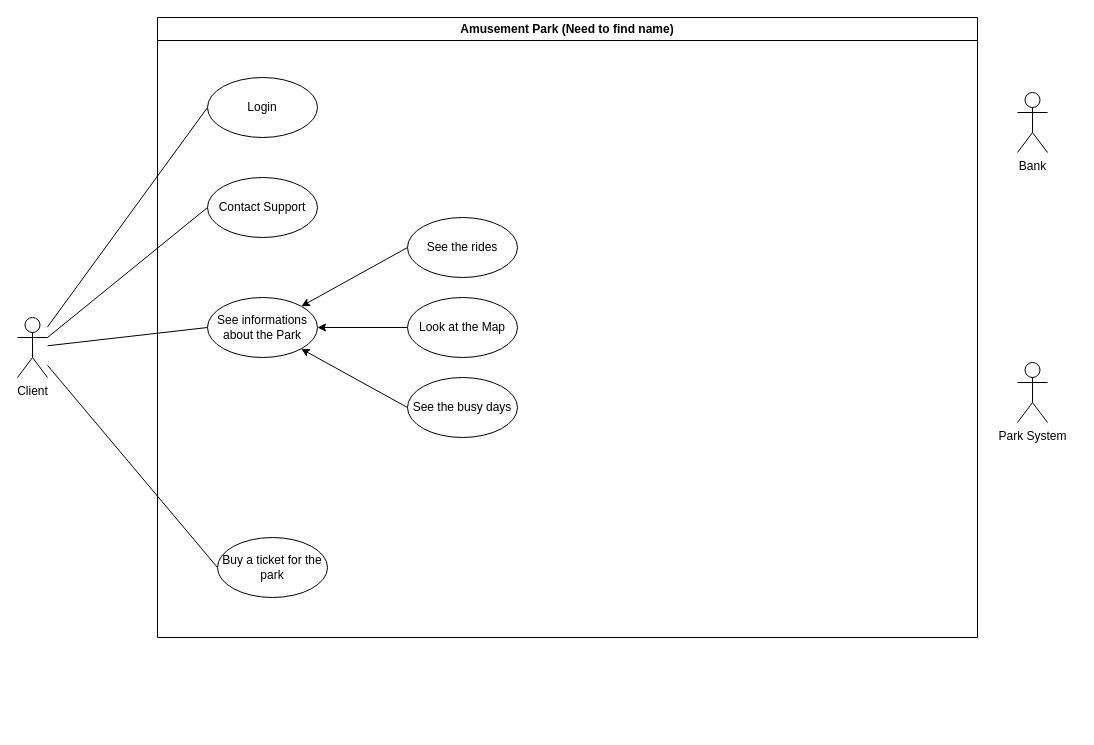
Above: ParkUML.drawio in Tristan-gitt/ParkManagement (draw.io), before the change. Source tidied: cells renumbered, new cells numbered last; positions are measured from the earlier drawing's top-left corner, leaving out a move shared by most shapes. Both pictures are drawn from the tidied source at 100%, with x=0, y=0 at pixel (17, 17).
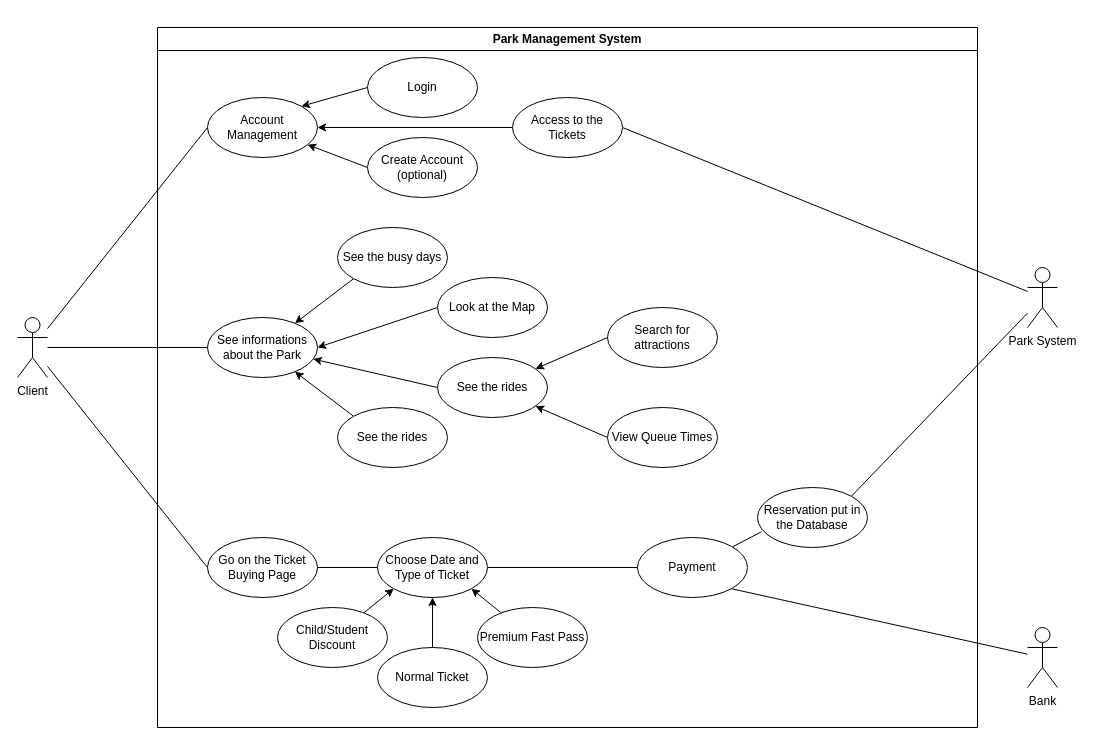
Above is the later version.

Unchanged cells that the change refers to:
```xml
<mxCell id="3" value="Client" style="shape=umlActor;verticalLabelPosition=bottom;verticalAlign=top;html=1;outlineConnect=0;" parent="1" vertex="1">
  <mxGeometry y="300" width="30" height="60" as="geometry" />
</mxCell>
```

Change to the diagram source:
```diff
@@
+    <mxCell id="20" style="rounded=0;jettySize=auto;html=1;entryX=1;entryY=1;entryDx=0;entryDy=0;endArrow=none;endFill=0;" parent="1" edge="1" source="4" target="44">
+      <mxGeometry relative="1" as="geometry" />
+    </mxCell>
     <mxCell id="4" value="Bank" style="shape=umlActor;verticalLabelPosition=bottom;verticalAlign=top;html=1;outlineConnect=0;" parent="1" vertex="1">
-      <mxGeometry x="1000" y="75" width="30" height="60" as="geometry" />
+      <mxGeometry x="1010" y="610" width="30" height="60" as="geometry" />
     </mxCell>
-    <mxCell id="5" value="Amusement Park (Need to find name)" style="swimlane;whiteSpace=wrap;html=1;" parent="1" vertex="1">
-      <mxGeometry x="140" width="820" height="620" as="geometry" />
+    <mxCell id="5" value="Park Management System" style="swimlane;whiteSpace=wrap;html=1;" parent="1" vertex="1">
+      <mxGeometry x="140" y="10" width="820" height="700" as="geometry" />
     </mxCell>
+    <mxCell id="21" style="rounded=0;jettySize=auto;html=1;exitX=1;exitY=0;exitDx=0;exitDy=0;entryX=0;entryY=0.5;entryDx=0;entryDy=0;endArrow=none;endFill=0;startArrow=classic;startFill=1;" parent="5" edge="1" source="6" target="30">
+      <mxGeometry relative="1" as="geometry" />
+    </mxCell>
+    <mxCell id="22" style="rounded=0;jettySize=auto;html=1;entryX=0;entryY=0.5;entryDx=0;entryDy=0;endArrow=none;endFill=0;startArrow=classic;startFill=1;" parent="5" edge="1" source="6" target="31">
+      <mxGeometry relative="1" as="geometry" />
+    </mxCell>
-    <mxCell id="6" value="Login" style="ellipse;whiteSpace=wrap;html=1;" parent="5" vertex="1">
-      <mxGeometry x="50" y="60" width="110" height="60" as="geometry" />
+    <mxCell id="6" value="Account Management" style="ellipse;whiteSpace=wrap;html=1;" parent="5" vertex="1">
+      <mxGeometry x="50" y="70" width="110" height="60" as="geometry" />
     </mxCell>
-    <mxCell id="7" value="Contact Support" style="ellipse;whiteSpace=wrap;html=1;" parent="5" vertex="1">
-      <mxGeometry x="50" y="160" width="110" height="60" as="geometry" />
-    </mxCell>
+    <mxCell id="23" style="rounded=0;jettySize=auto;html=1;entryX=0;entryY=1;entryDx=0;entryDy=0;endArrow=none;endFill=0;startArrow=classic;startFill=1;" parent="5" edge="1" source="8" target="11">
+      <mxGeometry relative="1" as="geometry" />
+    </mxCell>
+    <mxCell id="24" style="rounded=0;jettySize=auto;html=1;exitX=1;exitY=0.5;exitDx=0;exitDy=0;entryX=0;entryY=0.5;entryDx=0;entryDy=0;endArrow=none;endFill=0;startArrow=classic;startFill=1;" parent="5" edge="1" source="8" target="10">
+      <mxGeometry relative="1" as="geometry" />
+    </mxCell>
+    <mxCell id="25" style="rounded=0;jettySize=auto;html=1;entryX=0;entryY=0;entryDx=0;entryDy=0;endArrow=none;endFill=0;startArrow=classic;startFill=1;" parent="5" edge="1" source="8" target="34">
+      <mxGeometry relative="1" as="geometry" />
+    </mxCell>
+    <mxCell id="26" style="rounded=0;jettySize=auto;html=1;entryX=0;entryY=0.5;entryDx=0;entryDy=0;endArrow=none;endFill=0;startArrow=classic;startFill=1;" parent="5" edge="1" source="8" target="9">
+      <mxGeometry relative="1" as="geometry" />
+    </mxCell>
     <mxCell id="8" value="See informations about the Park" style="ellipse;whiteSpace=wrap;html=1;" parent="5" vertex="1">
-      <mxGeometry x="50" y="280" width="110" height="60" as="geometry" />
+      <mxGeometry x="50" y="290" width="110" height="60" as="geometry" />
     </mxCell>
+    <mxCell id="27" style="rounded=0;jettySize=auto;html=1;entryX=0;entryY=0.5;entryDx=0;entryDy=0;endArrow=none;endFill=0;startArrow=classic;startFill=1;" parent="5" edge="1" source="9" target="33">
+      <mxGeometry relative="1" as="geometry" />
+    </mxCell>
+    <mxCell id="28" style="rounded=0;jettySize=auto;html=1;entryX=0;entryY=0.5;entryDx=0;entryDy=0;endArrow=none;endFill=0;startArrow=classic;startFill=1;" parent="5" edge="1" source="9" target="32">
+      <mxGeometry relative="1" as="geometry" />
+    </mxCell>
     <mxCell id="9" value="See the rides" style="ellipse;whiteSpace=wrap;html=1;" parent="5" vertex="1">
-      <mxGeometry x="250" y="200" width="110" height="60" as="geometry" />
+      <mxGeometry x="280" y="330" width="110" height="60" as="geometry" />
     </mxCell>
     <mxCell id="10" value="Look at the Map" style="ellipse;whiteSpace=wrap;html=1;" parent="5" vertex="1">
-      <mxGeometry x="250" y="280" width="110" height="60" as="geometry" />
+      <mxGeometry x="280" y="250" width="110" height="60" as="geometry" />
     </mxCell>
     <mxCell id="11" value="See the busy days" style="ellipse;whiteSpace=wrap;html=1;" parent="5" vertex="1">
-      <mxGeometry x="250" y="360" width="110" height="60" as="geometry" />
+      <mxGeometry x="180" y="200" width="110" height="60" as="geometry" />
     </mxCell>
+    <mxCell id="29" style="edgeStyle=orthogonalEdgeStyle;rounded=0;jettySize=auto;html=1;entryX=0;entryY=0.5;entryDx=0;entryDy=0;endArrow=none;endFill=0;" parent="5" edge="1" source="12" target="36">
+      <mxGeometry relative="1" as="geometry" />
+    </mxCell>
-    <mxCell id="12" value="Buy a ticket for the park" style="ellipse;whiteSpace=wrap;html=1;" parent="5" vertex="1">
-      <mxGeometry x="60" y="520" width="110" height="60" as="geometry" />
+    <mxCell id="12" value="Go on the Ticket Buying Page" style="ellipse;whiteSpace=wrap;html=1;" parent="5" vertex="1">
+      <mxGeometry x="50" y="510" width="110" height="60" as="geometry" />
     </mxCell>
-    <mxCell id="13" style="rounded=0;jettySize=auto;html=1;entryX=1;entryY=0;entryDx=0;entryDy=0;endArrow=classic;endFill=1;exitX=0;exitY=0.5;exitDx=0;exitDy=0;startArrow=none;startFill=0;" parent="5" edge="1" source="9" target="8">
-      <mxGeometry relative="1" as="geometry" />
-    </mxCell>
-    <mxCell id="14" style="rounded=0;jettySize=auto;html=1;entryX=1;entryY=0.5;entryDx=0;entryDy=0;endArrow=classic;endFill=1;exitX=0;exitY=0.5;exitDx=0;exitDy=0;" parent="5" edge="1" source="10" target="8">
-      <mxGeometry relative="1" as="geometry" />
-    </mxCell>
-    <mxCell id="15" style="rounded=0;jettySize=auto;html=1;endArrow=classic;endFill=1;exitX=0;exitY=0.5;exitDx=0;exitDy=0;" parent="5" edge="1" source="11" target="8">
-      <mxGeometry relative="1" as="geometry" />
-    </mxCell>
+    <mxCell id="30" value="Login" style="ellipse;whiteSpace=wrap;html=1;" parent="5" vertex="1">
+      <mxGeometry x="210" y="30" width="110" height="60" as="geometry" />
+    </mxCell>
+    <mxCell id="31" value="Create Account (optional)" style="ellipse;whiteSpace=wrap;html=1;" parent="5" vertex="1">
+      <mxGeometry x="210" y="110" width="110" height="60" as="geometry" />
+    </mxCell>
+    <mxCell id="32" value="View Queue Times" style="ellipse;whiteSpace=wrap;html=1;" parent="5" vertex="1">
+      <mxGeometry x="450" y="380" width="110" height="60" as="geometry" />
+    </mxCell>
+    <mxCell id="33" value="Search for attractions" style="ellipse;whiteSpace=wrap;html=1;" parent="5" vertex="1">
+      <mxGeometry x="450" y="280" width="110" height="60" as="geometry" />
+    </mxCell>
+    <mxCell id="34" value="See the rides" style="ellipse;whiteSpace=wrap;html=1;" parent="5" vertex="1">
+      <mxGeometry x="180" y="380" width="110" height="60" as="geometry" />
+    </mxCell>
+    <mxCell id="35" style="edgeStyle=orthogonalEdgeStyle;rounded=0;jettySize=auto;html=1;entryX=0;entryY=0.5;entryDx=0;entryDy=0;endArrow=none;endFill=0;" parent="5" edge="1" source="36" target="44">
+      <mxGeometry relative="1" as="geometry" />
+    </mxCell>
+    <mxCell id="36" value="Choose Date and Type of Ticket" style="ellipse;whiteSpace=wrap;html=1;" parent="5" vertex="1">
+      <mxGeometry x="220" y="510" width="110" height="60" as="geometry" />
+    </mxCell>
+    <mxCell id="37" style="rounded=0;jettySize=auto;html=1;entryX=0;entryY=1;entryDx=0;entryDy=0;" parent="5" edge="1" source="38" target="36">
+      <mxGeometry relative="1" as="geometry" />
+    </mxCell>
+    <mxCell id="38" value="Child/Student Discount" style="ellipse;whiteSpace=wrap;html=1;" parent="5" vertex="1">
+      <mxGeometry x="120" y="580" width="110" height="60" as="geometry" />
+    </mxCell>
+    <mxCell id="39" style="rounded=0;jettySize=auto;html=1;" parent="5" edge="1" source="40">
+      <mxGeometry relative="1" as="geometry">
+        <mxPoint x="275" y="570" as="targetPoint" />
+      </mxGeometry>
+    </mxCell>
+    <mxCell id="40" value="Normal Ticket" style="ellipse;whiteSpace=wrap;html=1;" parent="5" vertex="1">
+      <mxGeometry x="220" y="620" width="110" height="60" as="geometry" />
+    </mxCell>
+    <mxCell id="41" style="rounded=0;jettySize=auto;html=1;entryX=1;entryY=1;entryDx=0;entryDy=0;" parent="5" edge="1" source="42" target="36">
+      <mxGeometry relative="1" as="geometry" />
+    </mxCell>
+    <mxCell id="42" value="Premium Fast Pass" style="ellipse;whiteSpace=wrap;html=1;" parent="5" vertex="1">
+      <mxGeometry x="320" y="580" width="110" height="60" as="geometry" />
+    </mxCell>
+    <mxCell id="43" style="rounded=0;jettySize=auto;html=1;entryX=0.036;entryY=0.738;entryDx=0;entryDy=0;endArrow=none;endFill=0;entryPerimeter=0;" parent="5" edge="1" source="44" target="45">
+      <mxGeometry relative="1" as="geometry" />
+    </mxCell>
+    <mxCell id="44" value="Payment" style="ellipse;whiteSpace=wrap;html=1;" parent="5" vertex="1">
+      <mxGeometry x="480" y="510" width="110" height="60" as="geometry" />
+    </mxCell>
+    <mxCell id="45" value="Reservation put in the Database" style="ellipse;whiteSpace=wrap;html=1;" parent="5" vertex="1">
+      <mxGeometry x="600" y="460" width="110" height="60" as="geometry" />
+    </mxCell>
+    <mxCell id="46" style="edgeStyle=orthogonalEdgeStyle;rounded=0;jettySize=auto;html=1;entryX=1;entryY=0.5;entryDx=0;entryDy=0;" parent="5" edge="1" source="47" target="6">
+      <mxGeometry relative="1" as="geometry" />
+    </mxCell>
+    <mxCell id="47" value="Access to the Tickets" style="ellipse;whiteSpace=wrap;html=1;" parent="5" vertex="1">
+      <mxGeometry x="355" y="70" width="110" height="60" as="geometry" />
+    </mxCell>
+    <mxCell id="48" style="rounded=0;jettySize=auto;html=1;entryX=1;entryY=0;entryDx=0;entryDy=0;endArrow=none;endFill=0;" parent="1" edge="1" source="16" target="45">
+      <mxGeometry relative="1" as="geometry" />
+    </mxCell>
+    <mxCell id="49" style="rounded=0;jettySize=auto;html=1;entryX=1;entryY=0.5;entryDx=0;entryDy=0;endArrow=none;endFill=0;" parent="1" edge="1" source="16" target="47">
+      <mxGeometry relative="1" as="geometry" />
+    </mxCell>
     <mxCell id="16" value="Park System" style="shape=umlActor;verticalLabelPosition=bottom;verticalAlign=top;html=1;outlineConnect=0;" parent="1" vertex="1">
-      <mxGeometry x="1000" y="345" width="30" height="60" as="geometry" />
+      <mxGeometry x="1010" y="250" width="30" height="60" as="geometry" />
     </mxCell>
-    <mxCell id="17" style="rounded=0;jettySize=auto;html=1;entryX=0;entryY=0.5;entryDx=0;entryDy=0;endArrow=none;endFill=0;exitX=1;exitY=0.3333333333333333;exitDx=0;exitDy=0;exitPerimeter=0;" parent="1" edge="1" source="3" target="7">
-      <mxGeometry relative="1" as="geometry" />
-    </mxCell>
```
